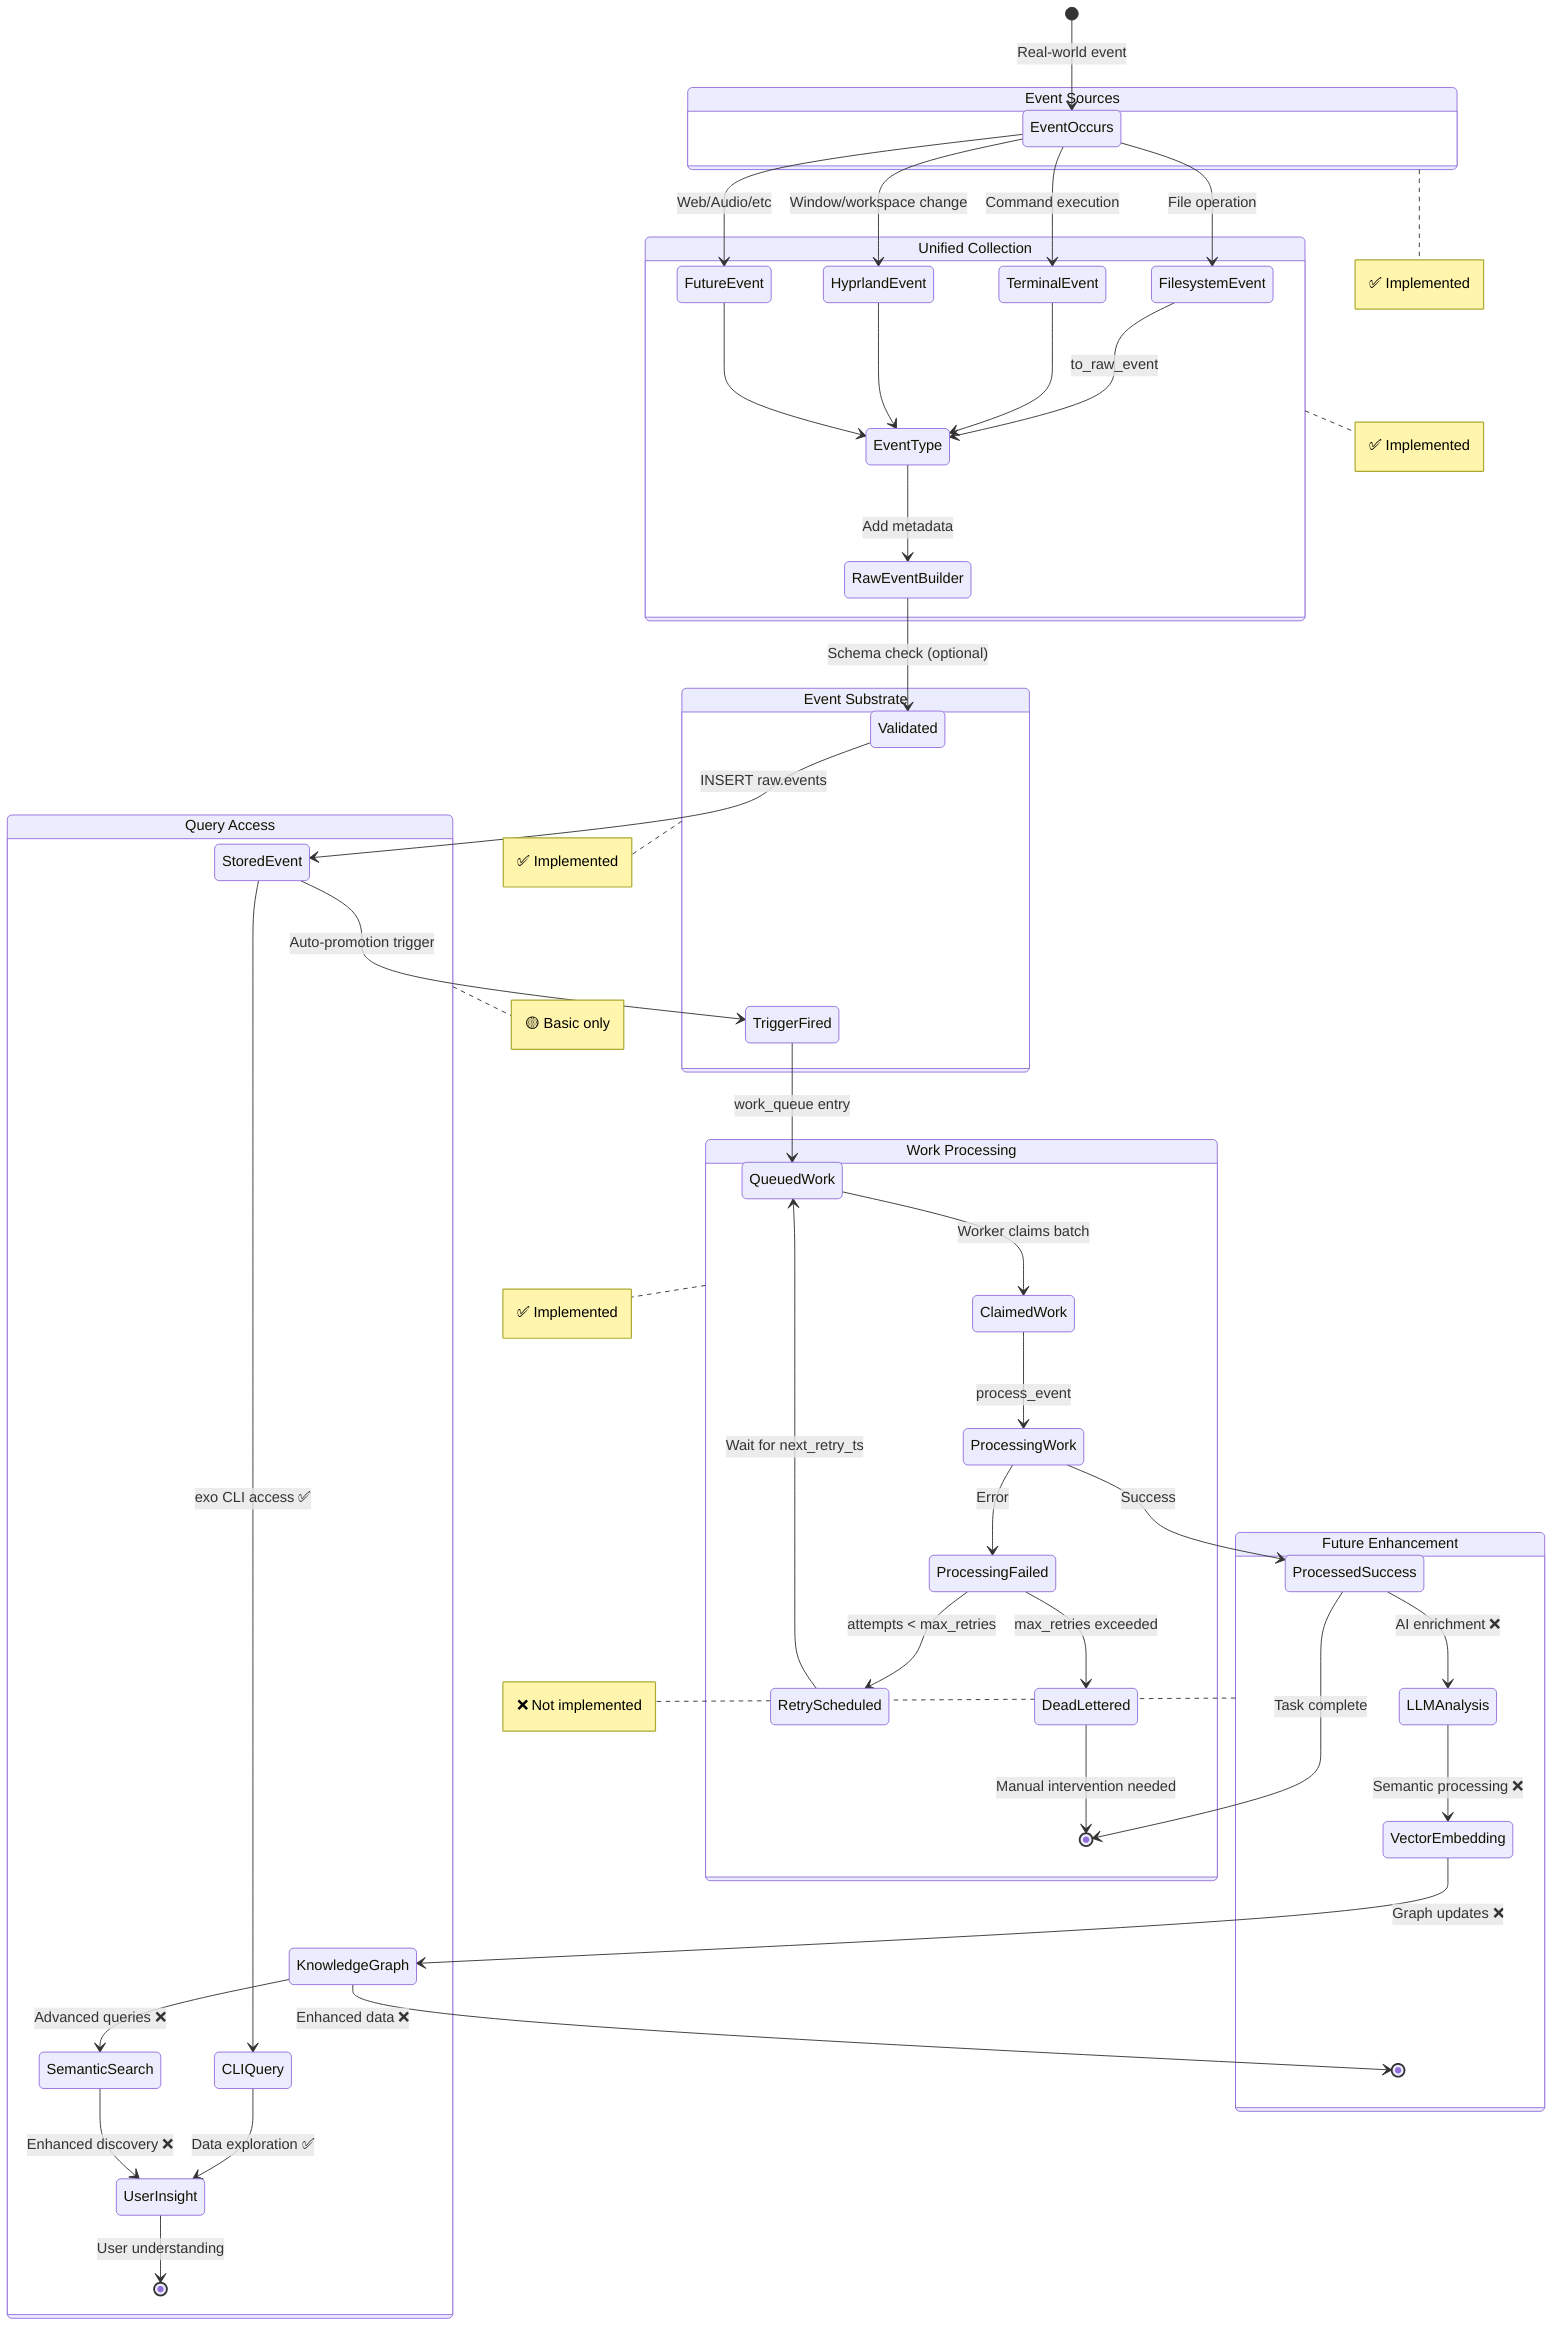
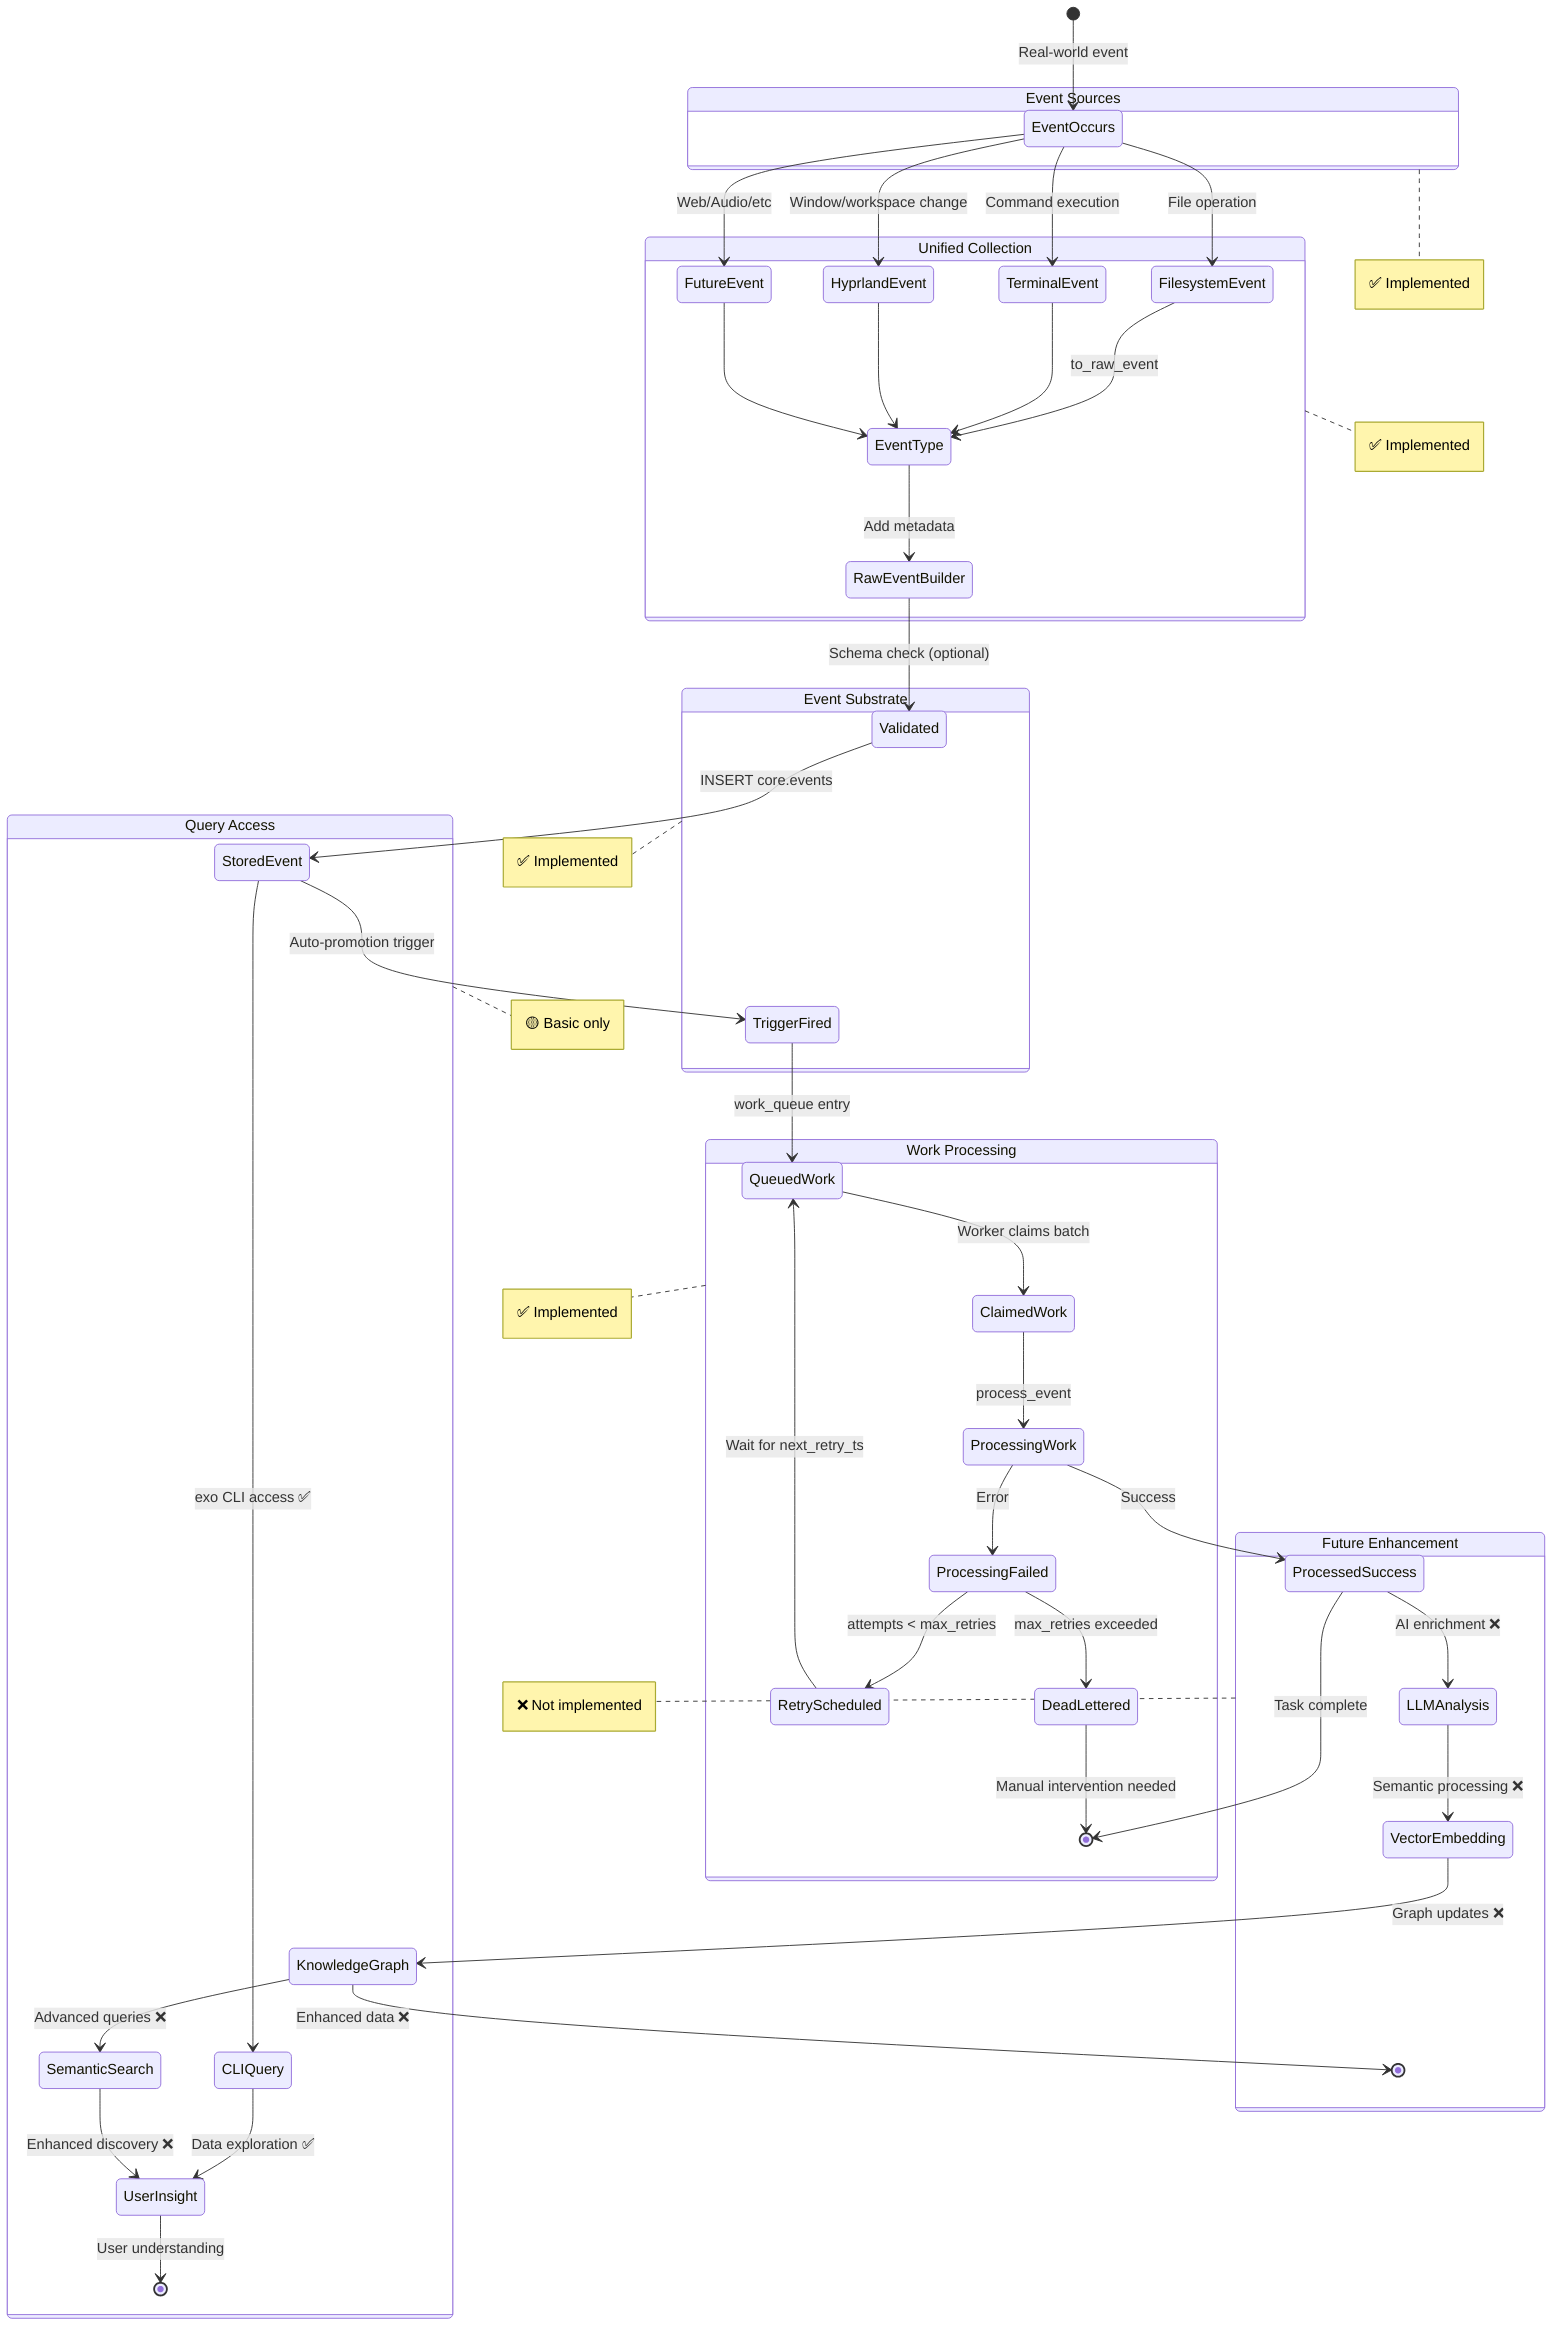
stateDiagram-v2
    [*] --> EventOccurs : Real-world event

    state "Event Sources" as Sources {
        EventOccurs --> FilesystemEvent : File operation
        EventOccurs --> TerminalEvent : Command execution
        EventOccurs --> HyprlandEvent : Window/workspace change
        EventOccurs --> FutureEvent : Web/Audio/etc
    }

    state "Unified Collection" as Collection {
        FilesystemEvent --> EventType : to_raw_event
        TerminalEvent --> EventType
        HyprlandEvent --> EventType
        FutureEvent --> EventType

        EventType --> RawEventBuilder : Add metadata
        RawEventBuilder --> Validated : Schema check (optional)
    }

    state "Event Substrate" as Substrate {
-         Validated --> StoredEvent : INSERT raw.events
+         Validated --> StoredEvent : INSERT core.events
        StoredEvent --> TriggerFired : Auto-promotion trigger
        TriggerFired --> QueuedWork : work_queue entry
    }

    state "Work Processing" as Processing {
        QueuedWork --> ClaimedWork : Worker claims batch
        ClaimedWork --> ProcessingWork : process_event

        ProcessingWork --> ProcessedSuccess : Success
        ProcessingWork --> ProcessingFailed : Error

        ProcessingFailed --> RetryScheduled : attempts < max_retries
        ProcessingFailed --> DeadLettered : max_retries exceeded

        RetryScheduled --> QueuedWork : Wait for next_retry_ts
        ProcessedSuccess --> [*] : Task complete
        DeadLettered --> [*] : Manual intervention needed
    }

    state "Future Enhancement" as Future {
        ProcessedSuccess --> LLMAnalysis : AI enrichment ❌
        LLMAnalysis --> VectorEmbedding : Semantic processing ❌
        VectorEmbedding --> KnowledgeGraph : Graph updates ❌
        KnowledgeGraph --> [*] : Enhanced data ❌
    }

    state "Query Access" as Query {
        StoredEvent --> CLIQuery : exo CLI access ✅
        KnowledgeGraph --> SemanticSearch : Advanced queries ❌
        CLIQuery --> UserInsight : Data exploration ✅
        SemanticSearch --> UserInsight : Enhanced discovery ❌
        UserInsight --> [*] : User understanding
    }

    note right of Sources : ✅ Implemented
    note right of Collection : ✅ Implemented
    note right of Substrate : ✅ Implemented
    note right of Processing : ✅ Implemented
    note right of Future : ❌ Not implemented
    note right of Query : 🟡 Basic only